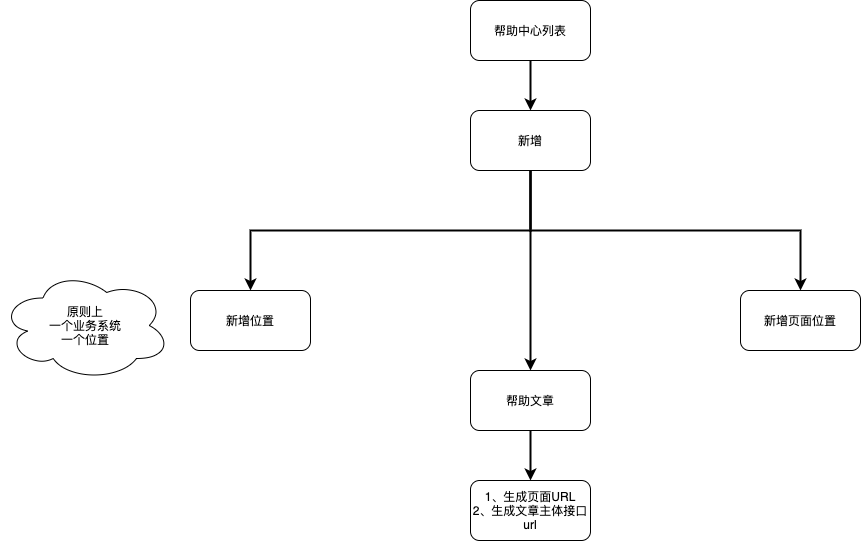
The draw.io diagram 帮助中心V1.0.png in zuoqiang320/uniondrug, before a commit. Source tidied: cells renumbered, new cells last; positions are measured from the earlier drawing's top-left corner, leaving out a move shared by most shapes.
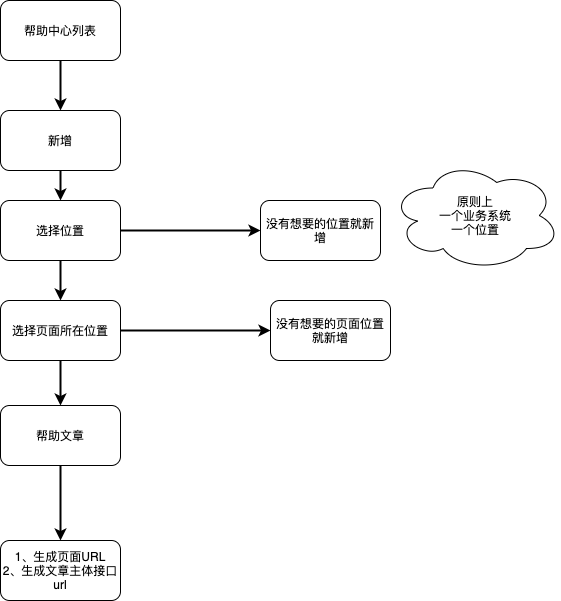
After the change.

Commit message:
更新帮助中心V1.0.png

What changed in the source:
```diff
@@ -8,37 +8,47 @@
     <mxCell id="3" value="帮助中心列表" style="rounded=1;whiteSpace=wrap;html=1;" parent="1" vertex="1">
       <mxGeometry x="470" width="120" height="60" as="geometry" />
     </mxCell>
-    <mxCell id="4" style="edgeStyle=orthogonalEdgeStyle;rounded=0;jettySize=auto;html=1;exitX=0.5;exitY=1;exitDx=0;exitDy=0;entryX=0.5;entryY=0;entryDx=0;entryDy=0;strokeWidth=2;" parent="1" edge="1" source="7" target="8">
-      <mxGeometry relative="1" as="geometry" />
-    </mxCell>
-    <mxCell id="5" style="edgeStyle=orthogonalEdgeStyle;rounded=0;jettySize=auto;html=1;exitX=0.5;exitY=1;exitDx=0;exitDy=0;entryX=0.5;entryY=0;entryDx=0;entryDy=0;strokeWidth=2;" parent="1" edge="1" source="7" target="12">
-      <mxGeometry relative="1" as="geometry" />
-    </mxCell>
-    <mxCell id="6" style="edgeStyle=orthogonalEdgeStyle;rounded=0;jettySize=auto;html=1;exitX=0.5;exitY=1;exitDx=0;exitDy=0;strokeWidth=2;" parent="1" edge="1" source="7" target="10">
-      <mxGeometry relative="1" as="geometry" />
-    </mxCell>
+    <mxCell id="14" style="edgeStyle=orthogonalEdgeStyle;rounded=0;jettySize=auto;html=1;exitX=0.5;exitY=1;exitDx=0;exitDy=0;entryX=0.5;entryY=0;entryDx=0;entryDy=0;strokeWidth=2;" parent="1" edge="1" source="7" target="17">
+      <mxGeometry relative="1" as="geometry" />
+    </mxCell>
     <mxCell id="7" value="新增" style="rounded=1;whiteSpace=wrap;html=1;" parent="1" vertex="1">
       <mxGeometry x="470" y="110" width="120" height="60" as="geometry" />
     </mxCell>
-    <mxCell id="8" value="新增位置" style="rounded=1;whiteSpace=wrap;html=1;" parent="1" vertex="1">
-      <mxGeometry x="190" y="290" width="120" height="60" as="geometry" />
-    </mxCell>
     <mxCell id="9" value="原则上&lt;br&gt;一个业务系统&lt;br&gt;一个位置" style="ellipse;shape=cloud;whiteSpace=wrap;html=1;" parent="1" vertex="1">
-      <mxGeometry y="270" width="170" height="110" as="geometry" />
+      <mxGeometry x="860" y="160" width="170" height="110" as="geometry" />
     </mxCell>
-    <mxCell id="10" value="新增页面位置" style="rounded=1;whiteSpace=wrap;html=1;" parent="1" vertex="1">
-      <mxGeometry x="740" y="290" width="120" height="60" as="geometry" />
-    </mxCell>
-    <mxCell id="11" style="edgeStyle=orthogonalEdgeStyle;rounded=0;jettySize=auto;html=1;exitX=0.5;exitY=1;exitDx=0;exitDy=0;strokeWidth=2;" parent="1" edge="1" source="12">
-      <mxGeometry relative="1" as="geometry">
-        <mxPoint x="530" y="480" as="targetPoint" />
-      </mxGeometry>
+    <mxCell id="11" style="edgeStyle=orthogonalEdgeStyle;rounded=0;jettySize=auto;html=1;exitX=0.5;exitY=1;exitDx=0;exitDy=0;strokeWidth=2;entryX=0.5;entryY=0;entryDx=0;entryDy=0;" parent="1" edge="1" source="12" target="13">
+      <mxGeometry relative="1" as="geometry" />
     </mxCell>
     <mxCell id="12" value="帮助文章" style="rounded=1;whiteSpace=wrap;html=1;" parent="1" vertex="1">
-      <mxGeometry x="470" y="370" width="120" height="60" as="geometry" />
+      <mxGeometry x="470" y="405" width="120" height="60" as="geometry" />
     </mxCell>
     <mxCell id="13" value="1、生成页面URL&lt;br&gt;2、生成文章主体接口url" style="rounded=1;whiteSpace=wrap;html=1;" parent="1" vertex="1">
-      <mxGeometry x="470" y="480" width="120" height="60" as="geometry" />
+      <mxGeometry x="470" y="540" width="120" height="60" as="geometry" />
     </mxCell>
+    <mxCell id="15" style="edgeStyle=orthogonalEdgeStyle;rounded=0;jettySize=auto;html=1;exitX=0.5;exitY=1;exitDx=0;exitDy=0;strokeWidth=2;" parent="1" edge="1" source="17" target="20">
+      <mxGeometry relative="1" as="geometry" />
+    </mxCell>
+    <mxCell id="16" style="edgeStyle=orthogonalEdgeStyle;rounded=0;jettySize=auto;html=1;exitX=1;exitY=0.5;exitDx=0;exitDy=0;strokeWidth=2;" parent="1" edge="1" source="17" target="21">
+      <mxGeometry relative="1" as="geometry" />
+    </mxCell>
+    <mxCell id="17" value="选择位置" style="rounded=1;whiteSpace=wrap;html=1;" parent="1" vertex="1">
+      <mxGeometry x="470" y="200" width="120" height="60" as="geometry" />
+    </mxCell>
+    <mxCell id="18" style="edgeStyle=orthogonalEdgeStyle;rounded=0;jettySize=auto;html=1;exitX=0.5;exitY=1;exitDx=0;exitDy=0;strokeWidth=2;" parent="1" edge="1" source="20" target="12">
+      <mxGeometry relative="1" as="geometry" />
+    </mxCell>
+    <mxCell id="19" style="edgeStyle=orthogonalEdgeStyle;rounded=0;jettySize=auto;html=1;exitX=1;exitY=0.5;exitDx=0;exitDy=0;strokeWidth=2;" parent="1" edge="1" source="20" target="22">
+      <mxGeometry relative="1" as="geometry" />
+    </mxCell>
+    <mxCell id="20" value="选择页面所在位置" style="rounded=1;whiteSpace=wrap;html=1;" parent="1" vertex="1">
+      <mxGeometry x="470" y="300" width="120" height="60" as="geometry" />
+    </mxCell>
+    <mxCell id="21" value="&lt;span&gt;没有想要的位置就新增&lt;/span&gt;" style="rounded=1;whiteSpace=wrap;html=1;" parent="1" vertex="1">
+      <mxGeometry x="730" y="200" width="120" height="60" as="geometry" />
+    </mxCell>
+    <mxCell id="22" value="&lt;span&gt;没有想要的页面位置就新增&lt;/span&gt;" style="rounded=1;whiteSpace=wrap;html=1;" parent="1" vertex="1">
+      <mxGeometry x="740" y="300" width="120" height="60" as="geometry" />
+    </mxCell>
   </root>
 </mxGraphModel>
```
